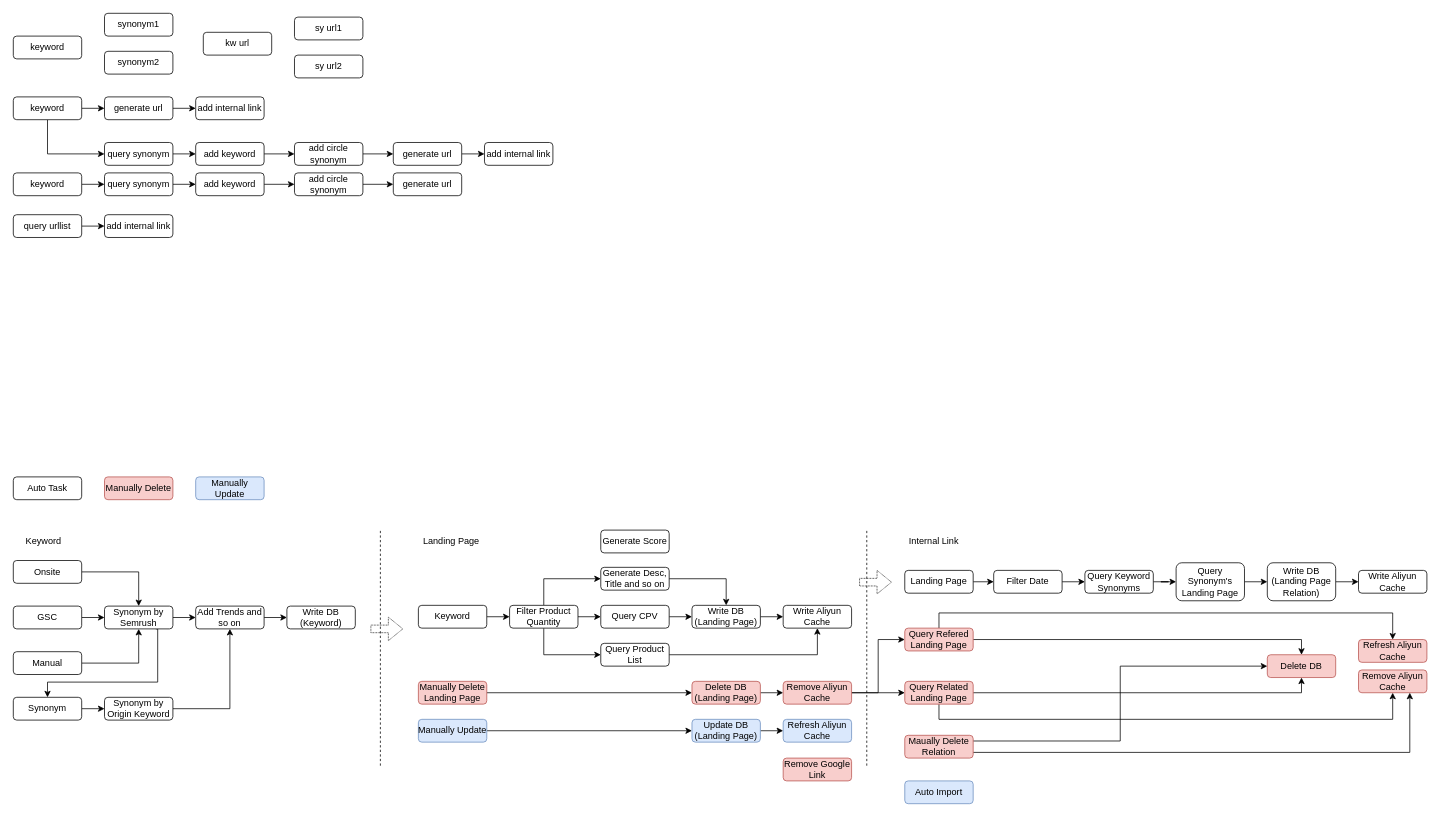
VisableHarry/seo-drawio keeps this draw.io diagram as drawio/internal_link.drawio. Above is the earlier version. Source tidied: cells renumbered, new cells numbered last; positions are measured from the earlier drawing's top-left corner, leaving out a move shared by most shapes. Both pictures are drawn from the tidied source at 76%, with x=0, y=0 at pixel (13, 13).
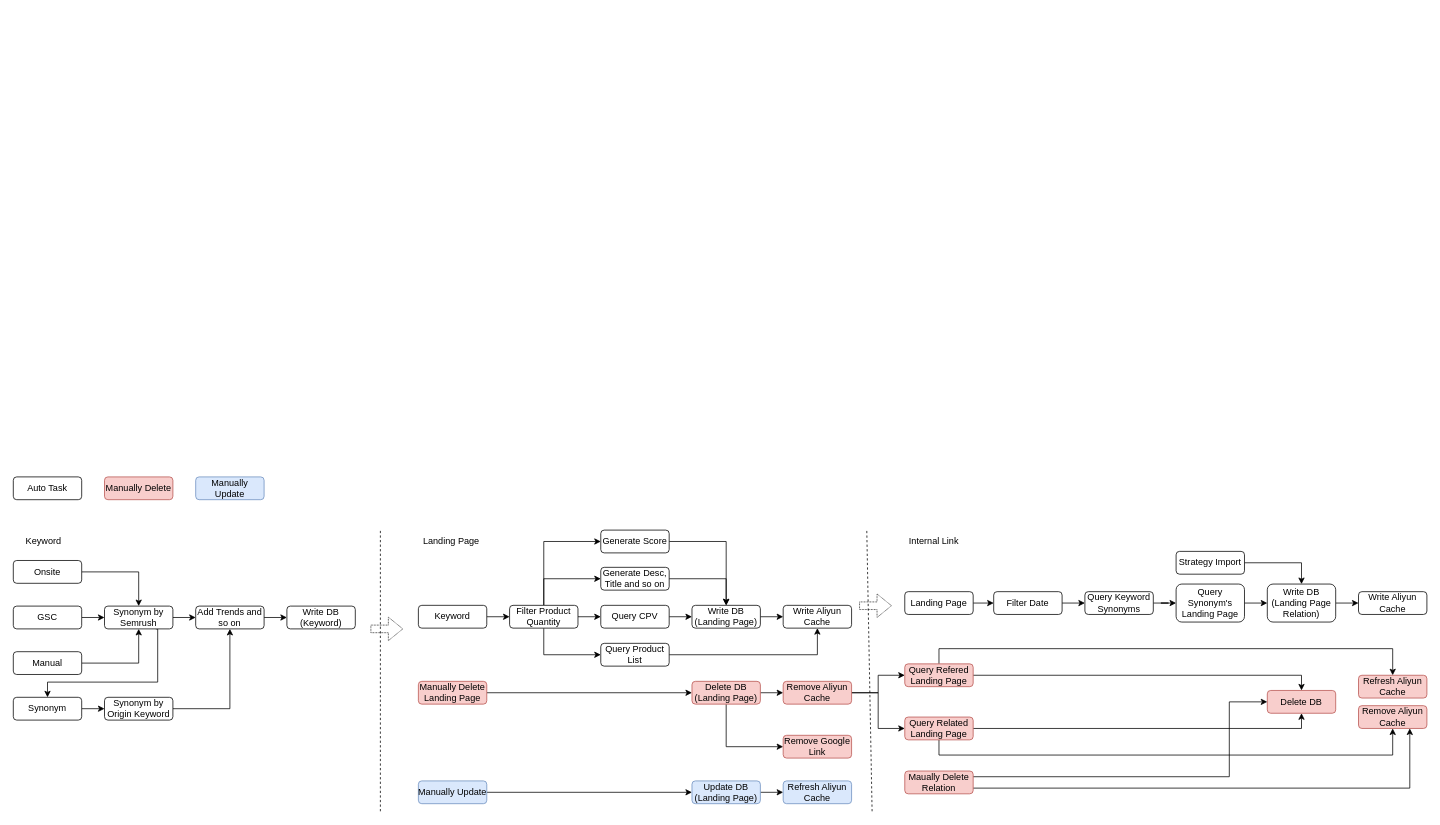
After the change.

Unchanged cells that the change refers to:
```xml
<mxCell id="59" value="Filter Product Quantity" style="rounded=1;whiteSpace=wrap;html=1;" parent="1" vertex="1">
  <mxGeometry x="653" y="779" width="90" height="30" as="geometry" />
</mxCell>
<mxCell id="67" value="Write DB&lt;div&gt;(Landing Page)&lt;/div&gt;" style="rounded=1;whiteSpace=wrap;html=1;" parent="1" vertex="1">
  <mxGeometry x="893" y="779" width="90" height="30" as="geometry" />
</mxCell>
<mxCell id="87" value="Delete DB&lt;div&gt;(Landing Page)&lt;/div&gt;" style="rounded=1;whiteSpace=wrap;html=1;fillColor=#f8cecc;strokeColor=#b85450;" parent="1" vertex="1">
  <mxGeometry x="893" y="879" width="90" height="30" as="geometry" />
</mxCell>
<mxCell id="112" value="Generate Score" style="rounded=1;whiteSpace=wrap;html=1;" parent="1" vertex="1">
  <mxGeometry x="773" y="680" width="90" height="30" as="geometry" />
</mxCell>
```

The edit, as a diff of the source:
```diff
@@
-    <mxCell id="2" value="keyword" style="rounded=1;whiteSpace=wrap;html=1;" parent="1" vertex="1">
-      <mxGeometry y="30" width="90" height="30" as="geometry" />
-    </mxCell>
-    <mxCell id="3" value="synonym1" style="rounded=1;whiteSpace=wrap;html=1;" parent="1" vertex="1">
-      <mxGeometry x="120" width="90" height="30" as="geometry" />
-    </mxCell>
-    <mxCell id="4" value="kw url" style="rounded=1;whiteSpace=wrap;html=1;" parent="1" vertex="1">
-      <mxGeometry x="250" y="25" width="90" height="30" as="geometry" />
-    </mxCell>
-    <mxCell id="5" value="sy url1" style="rounded=1;whiteSpace=wrap;html=1;" parent="1" vertex="1">
-      <mxGeometry x="370" y="5" width="90" height="30" as="geometry" />
-    </mxCell>
-    <mxCell id="6" value="synonym2" style="rounded=1;whiteSpace=wrap;html=1;" parent="1" vertex="1">
-      <mxGeometry x="120" y="50" width="90" height="30" as="geometry" />
-    </mxCell>
-    <mxCell id="7" value="sy url2" style="rounded=1;whiteSpace=wrap;html=1;" parent="1" vertex="1">
-      <mxGeometry x="370" y="55" width="90" height="30" as="geometry" />
-    </mxCell>
-    <mxCell id="8" style="edgeStyle=orthogonalEdgeStyle;rounded=0;jettySize=auto;html=1;exitX=1;exitY=0.5;exitDx=0;exitDy=0;entryX=0;entryY=0.5;entryDx=0;entryDy=0;" parent="1" edge="1" source="10" target="12">
-      <mxGeometry relative="1" as="geometry" />
-    </mxCell>
-    <mxCell id="9" style="edgeStyle=orthogonalEdgeStyle;rounded=0;jettySize=auto;html=1;exitX=0.5;exitY=1;exitDx=0;exitDy=0;entryX=0;entryY=0.5;entryDx=0;entryDy=0;" parent="1" edge="1" source="10" target="14">
-      <mxGeometry relative="1" as="geometry" />
-    </mxCell>
-    <mxCell id="10" value="keyword" style="rounded=1;whiteSpace=wrap;html=1;" parent="1" vertex="1">
-      <mxGeometry y="110" width="90" height="30" as="geometry" />
-    </mxCell>
-    <mxCell id="11" style="edgeStyle=orthogonalEdgeStyle;rounded=0;jettySize=auto;html=1;exitX=1;exitY=0.5;exitDx=0;exitDy=0;entryX=0;entryY=0.5;entryDx=0;entryDy=0;" parent="1" edge="1" source="12" target="28">
-      <mxGeometry relative="1" as="geometry" />
-    </mxCell>
-    <mxCell id="12" value="generate url" style="rounded=1;whiteSpace=wrap;html=1;" parent="1" vertex="1">
-      <mxGeometry x="120" y="110" width="90" height="30" as="geometry" />
-    </mxCell>
-    <mxCell id="13" style="edgeStyle=orthogonalEdgeStyle;rounded=0;jettySize=auto;html=1;exitX=1;exitY=0.5;exitDx=0;exitDy=0;entryX=0;entryY=0.5;entryDx=0;entryDy=0;" parent="1" edge="1" source="14" target="16">
-      <mxGeometry relative="1" as="geometry" />
-    </mxCell>
-    <mxCell id="14" value="query synonym" style="rounded=1;whiteSpace=wrap;html=1;" parent="1" vertex="1">
-      <mxGeometry x="120" y="170" width="90" height="30" as="geometry" />
-    </mxCell>
-    <mxCell id="15" style="edgeStyle=orthogonalEdgeStyle;rounded=0;jettySize=auto;html=1;exitX=1;exitY=0.5;exitDx=0;exitDy=0;entryX=0;entryY=0.5;entryDx=0;entryDy=0;" parent="1" edge="1" source="16" target="18">
-      <mxGeometry relative="1" as="geometry" />
-    </mxCell>
-    <mxCell id="16" value="add keyword" style="rounded=1;whiteSpace=wrap;html=1;" parent="1" vertex="1">
-      <mxGeometry x="240" y="170" width="90" height="30" as="geometry" />
-    </mxCell>
-    <mxCell id="17" style="edgeStyle=orthogonalEdgeStyle;rounded=0;jettySize=auto;html=1;exitX=1;exitY=0.5;exitDx=0;exitDy=0;entryX=0;entryY=0.5;entryDx=0;entryDy=0;" parent="1" edge="1" source="18" target="20">
-      <mxGeometry relative="1" as="geometry" />
-    </mxCell>
-    <mxCell id="18" value="add circle synonym" style="rounded=1;whiteSpace=wrap;html=1;" parent="1" vertex="1">
-      <mxGeometry x="370" y="170" width="90" height="30" as="geometry" />
-    </mxCell>
-    <mxCell id="19" style="edgeStyle=orthogonalEdgeStyle;rounded=0;jettySize=auto;html=1;exitX=1;exitY=0.5;exitDx=0;exitDy=0;entryX=0;entryY=0.5;entryDx=0;entryDy=0;" parent="1" edge="1" source="20" target="29">
-      <mxGeometry relative="1" as="geometry" />
-    </mxCell>
-    <mxCell id="20" value="generate url" style="rounded=1;whiteSpace=wrap;html=1;" parent="1" vertex="1">
-      <mxGeometry x="500" y="170" width="90" height="30" as="geometry" />
-    </mxCell>
-    <mxCell id="21" style="edgeStyle=orthogonalEdgeStyle;rounded=0;jettySize=auto;html=1;exitX=1;exitY=0.5;exitDx=0;exitDy=0;entryX=0;entryY=0.5;entryDx=0;entryDy=0;" parent="1" edge="1" source="22" target="25">
-      <mxGeometry relative="1" as="geometry" />
-    </mxCell>
-    <mxCell id="22" value="keyword" style="rounded=1;whiteSpace=wrap;html=1;" parent="1" vertex="1">
-      <mxGeometry y="210" width="90" height="30" as="geometry" />
-    </mxCell>
-    <mxCell id="23" value="generate url" style="rounded=1;whiteSpace=wrap;html=1;" parent="1" vertex="1">
-      <mxGeometry x="500" y="210" width="90" height="30" as="geometry" />
-    </mxCell>
-    <mxCell id="24" style="edgeStyle=orthogonalEdgeStyle;rounded=0;jettySize=auto;html=1;exitX=1;exitY=0.5;exitDx=0;exitDy=0;entryX=0;entryY=0.5;entryDx=0;entryDy=0;" parent="1" edge="1" source="25" target="32">
-      <mxGeometry relative="1" as="geometry" />
-    </mxCell>
-    <mxCell id="25" value="query synonym" style="rounded=1;whiteSpace=wrap;html=1;" parent="1" vertex="1">
-      <mxGeometry x="120" y="210" width="90" height="30" as="geometry" />
-    </mxCell>
-    <mxCell id="26" style="edgeStyle=orthogonalEdgeStyle;rounded=0;jettySize=auto;html=1;exitX=1;exitY=0.5;exitDx=0;exitDy=0;entryX=0;entryY=0.5;entryDx=0;entryDy=0;" parent="1" edge="1" source="27" target="30">
-      <mxGeometry relative="1" as="geometry" />
-    </mxCell>
-    <mxCell id="27" value="query urllist" style="rounded=1;whiteSpace=wrap;html=1;" parent="1" vertex="1">
-      <mxGeometry y="265" width="90" height="30" as="geometry" />
-    </mxCell>
-    <mxCell id="28" value="add internal link" style="rounded=1;whiteSpace=wrap;html=1;" parent="1" vertex="1">
-      <mxGeometry x="240" y="110" width="90" height="30" as="geometry" />
-    </mxCell>
-    <mxCell id="29" value="add internal link" style="rounded=1;whiteSpace=wrap;html=1;" parent="1" vertex="1">
-      <mxGeometry x="620" y="170" width="90" height="30" as="geometry" />
-    </mxCell>
-    <mxCell id="30" value="add internal link" style="rounded=1;whiteSpace=wrap;html=1;" parent="1" vertex="1">
-      <mxGeometry x="120" y="265" width="90" height="30" as="geometry" />
-    </mxCell>
-    <mxCell id="31" style="edgeStyle=orthogonalEdgeStyle;rounded=0;jettySize=auto;html=1;exitX=1;exitY=0.5;exitDx=0;exitDy=0;entryX=0;entryY=0.5;entryDx=0;entryDy=0;" parent="1" edge="1" source="32" target="34">
-      <mxGeometry relative="1" as="geometry" />
-    </mxCell>
-    <mxCell id="32" value="add keyword" style="rounded=1;whiteSpace=wrap;html=1;" parent="1" vertex="1">
-      <mxGeometry x="240" y="210" width="90" height="30" as="geometry" />
-    </mxCell>
-    <mxCell id="33" style="edgeStyle=orthogonalEdgeStyle;rounded=0;jettySize=auto;html=1;exitX=1;exitY=0.5;exitDx=0;exitDy=0;entryX=0;entryY=0.5;entryDx=0;entryDy=0;" parent="1" edge="1" source="34" target="23">
-      <mxGeometry relative="1" as="geometry" />
-    </mxCell>
-    <mxCell id="34" value="add circle synonym" style="rounded=1;whiteSpace=wrap;html=1;" parent="1" vertex="1">
-      <mxGeometry x="370" y="210" width="90" height="30" as="geometry" />
-    </mxCell>
@@
     <mxCell id="55" style="endArrow=none;dashed=1;html=1;rounded=0;" parent="1" edge="1">
       <mxGeometry relative="1" as="geometry">
-        <mxPoint x="483" y="990" as="sourcePoint" />
+        <mxPoint x="483" y="1050" as="sourcePoint" />
         <mxPoint x="483" y="680" as="targetPoint" />
       </mxGeometry>
     </mxCell>
@@
+    <mxCell id="114" style="edgeStyle=orthogonalEdgeStyle;rounded=0;jettySize=auto;html=1;exitX=0.5;exitY=0;exitDx=0;exitDy=0;entryX=0;entryY=0.5;entryDx=0;entryDy=0;" parent="1" edge="1" source="59" target="112">
+      <mxGeometry relative="1" as="geometry" />
+    </mxCell>
@@
     <mxCell id="68" style="endArrow=none;dashed=1;html=1;rounded=0;" parent="1" edge="1">
       <mxGeometry relative="1" as="geometry">
-        <mxPoint x="1123" y="990" as="sourcePoint" />
+        <mxPoint x="1130" y="1050" as="sourcePoint" />
         <mxPoint x="1123" y="680" as="targetPoint" />
       </mxGeometry>
     </mxCell>
@@
     <mxCell id="71" style="shape=flexArrow;endArrow=classic;html=1;rounded=0;dashed=1;dashPattern=1 1;verticalAlign=middle;" parent="1" edge="1">
       <mxGeometry relative="1" as="geometry">
-        <mxPoint x="1113" y="748.5" as="sourcePoint" />
-        <mxPoint x="1156" y="748.5" as="targetPoint" />
+        <mxPoint x="1113" y="779.5" as="sourcePoint" />
+        <mxPoint x="1156" y="779.5" as="targetPoint" />
       </mxGeometry>
     </mxCell>
@@
     <mxCell id="73" value="Landing Page" style="rounded=1;whiteSpace=wrap;html=1;" parent="1" vertex="1">
-      <mxGeometry x="1173" y="733" width="90" height="30" as="geometry" />
+      <mxGeometry x="1173" y="761" width="90" height="30" as="geometry" />
     </mxCell>
@@
     <mxCell id="76" value="Filter Date" style="rounded=1;whiteSpace=wrap;html=1;" parent="1" vertex="1">
-      <mxGeometry x="1290" y="733" width="90" height="30" as="geometry" />
+      <mxGeometry x="1290" y="761" width="90" height="30" as="geometry" />
     </mxCell>
@@
     <mxCell id="78" value="Query Keyword Synonyms" style="rounded=1;whiteSpace=wrap;html=1;" parent="1" vertex="1">
-      <mxGeometry x="1410" y="733" width="90" height="30" as="geometry" />
+      <mxGeometry x="1410" y="761" width="90" height="30" as="geometry" />
     </mxCell>
@@
     <mxCell id="80" value="Query Synonym's Landing Page" style="rounded=1;whiteSpace=wrap;html=1;" parent="1" vertex="1">
-      <mxGeometry x="1530" y="723" width="90" height="50" as="geometry" />
+      <mxGeometry x="1530" y="751" width="90" height="50" as="geometry" />
     </mxCell>
@@
     <mxCell id="82" value="Write DB&lt;div&gt;(Landing Page Relation)&lt;/div&gt;" style="rounded=1;whiteSpace=wrap;html=1;" parent="1" vertex="1">
-      <mxGeometry x="1650" y="723" width="90" height="50" as="geometry" />
+      <mxGeometry x="1650" y="751" width="90" height="50" as="geometry" />
     </mxCell>
     <mxCell id="83" value="Write Aliyun Cache" style="rounded=1;whiteSpace=wrap;html=1;" parent="1" vertex="1">
-      <mxGeometry x="1770" y="733" width="90" height="30" as="geometry" />
+      <mxGeometry x="1770" y="761" width="90" height="30" as="geometry" />
     </mxCell>
@@
+    <mxCell id="115" style="edgeStyle=orthogonalEdgeStyle;rounded=0;jettySize=auto;html=1;exitX=0.5;exitY=1;exitDx=0;exitDy=0;entryX=0;entryY=0.5;entryDx=0;entryDy=0;" parent="1" edge="1" source="87" target="111">
+      <mxGeometry relative="1" as="geometry" />
+    </mxCell>
@@
     <mxCell id="93" value="Query Refered Landing Page" style="rounded=1;whiteSpace=wrap;html=1;fillColor=#f8cecc;strokeColor=#b85450;" parent="1" vertex="1">
-      <mxGeometry x="1173" y="809" width="90" height="30" as="geometry" />
+      <mxGeometry x="1173" y="856" width="90" height="30" as="geometry" />
     </mxCell>
     <mxCell id="94" value="Delete DB" style="rounded=1;whiteSpace=wrap;html=1;fillColor=#f8cecc;strokeColor=#b85450;" parent="1" vertex="1">
-      <mxGeometry x="1650" y="844" width="90" height="30" as="geometry" />
+      <mxGeometry x="1650" y="891" width="90" height="30" as="geometry" />
     </mxCell>
     <mxCell id="95" value="Refresh Aliyun Cache" style="rounded=1;whiteSpace=wrap;html=1;fillColor=#f8cecc;strokeColor=#b85450;" parent="1" vertex="1">
-      <mxGeometry x="1770" y="824" width="90" height="30" as="geometry" />
+      <mxGeometry x="1770" y="871" width="90" height="30" as="geometry" />
     </mxCell>
@@
     <mxCell id="98" value="Query Related Landing Page" style="rounded=1;whiteSpace=wrap;html=1;fillColor=#f8cecc;strokeColor=#b85450;" parent="1" vertex="1">
-      <mxGeometry x="1173" y="879" width="90" height="30" as="geometry" />
+      <mxGeometry x="1173" y="926" width="90" height="30" as="geometry" />
     </mxCell>
     <mxCell id="99" value="Remove Aliyun Cache" style="rounded=1;whiteSpace=wrap;html=1;fillColor=#f8cecc;strokeColor=#b85450;" parent="1" vertex="1">
-      <mxGeometry x="1770" y="864" width="90" height="30" as="geometry" />
+      <mxGeometry x="1770" y="911" width="90" height="30" as="geometry" />
     </mxCell>
@@
     <mxCell id="104" value="Manually&amp;nbsp;Update" style="rounded=1;whiteSpace=wrap;html=1;fillColor=#dae8fc;strokeColor=#6c8ebf;" parent="1" vertex="1">
-      <mxGeometry x="533" y="929" width="90" height="30" as="geometry" />
+      <mxGeometry x="533" y="1010" width="90" height="30" as="geometry" />
     </mxCell>
@@
     <mxCell id="106" value="Update DB&lt;div&gt;(Landing Page)&lt;/div&gt;" style="rounded=1;whiteSpace=wrap;html=1;fillColor=#dae8fc;strokeColor=#6c8ebf;" parent="1" vertex="1">
-      <mxGeometry x="893" y="929" width="90" height="30" as="geometry" />
+      <mxGeometry x="893" y="1010" width="90" height="30" as="geometry" />
     </mxCell>
     <mxCell id="107" value="Refresh Aliyun Cache" style="rounded=1;whiteSpace=wrap;html=1;fillColor=#dae8fc;strokeColor=#6c8ebf;" parent="1" vertex="1">
-      <mxGeometry x="1013" y="929" width="90" height="30" as="geometry" />
+      <mxGeometry x="1013" y="1010" width="90" height="30" as="geometry" />
     </mxCell>
     <mxCell id="108" style="edgeStyle=orthogonalEdgeStyle;rounded=0;jettySize=auto;html=1;exitX=1;exitY=0.25;exitDx=0;exitDy=0;entryX=0;entryY=0.5;entryDx=0;entryDy=0;" parent="1" edge="1" source="110" target="94">
-      <mxGeometry relative="1" as="geometry" />
+      <mxGeometry relative="1" as="geometry">
+        <Array as="points">
+          <mxPoint x="1600" y="1005" />
+          <mxPoint x="1600" y="906" />
+        </Array>
+      </mxGeometry>
     </mxCell>
@@
     <mxCell id="110" value="Maually Delete Relation" style="rounded=1;whiteSpace=wrap;html=1;fillColor=#f8cecc;strokeColor=#b85450;" parent="1" vertex="1">
-      <mxGeometry x="1173" y="950" width="90" height="30" as="geometry" />
+      <mxGeometry x="1173" y="997" width="90" height="30" as="geometry" />
     </mxCell>
     <mxCell id="111" value="Remove Google Link" style="rounded=1;whiteSpace=wrap;html=1;fillColor=#f8cecc;strokeColor=#b85450;" parent="1" vertex="1">
-      <mxGeometry x="1013" y="980" width="90" height="30" as="geometry" />
+      <mxGeometry x="1013" y="950" width="90" height="30" as="geometry" />
     </mxCell>
+    <mxCell id="116" style="edgeStyle=orthogonalEdgeStyle;rounded=0;jettySize=auto;html=1;exitX=1;exitY=0.5;exitDx=0;exitDy=0;entryX=0.5;entryY=0;entryDx=0;entryDy=0;" parent="1" edge="1" source="112" target="67">
+      <mxGeometry relative="1" as="geometry" />
+    </mxCell>
@@
+    <mxCell id="117" style="edgeStyle=orthogonalEdgeStyle;rounded=0;jettySize=auto;html=1;exitX=1;exitY=0.5;exitDx=0;exitDy=0;entryX=0.5;entryY=0;entryDx=0;entryDy=0;" parent="1" edge="1" source="113" target="82">
+      <mxGeometry relative="1" as="geometry" />
+    </mxCell>
-    <mxCell id="113" value="Auto Import" style="rounded=1;whiteSpace=wrap;html=1;fillColor=#dae8fc;strokeColor=#6c8ebf;" parent="1" vertex="1">
-      <mxGeometry x="1173" y="1010" width="90" height="30" as="geometry" />
+    <mxCell id="113" value="Strategy Import" style="rounded=1;whiteSpace=wrap;html=1;" parent="1" vertex="1">
+      <mxGeometry x="1530" y="708" width="90" height="30" as="geometry" />
     </mxCell>
```
